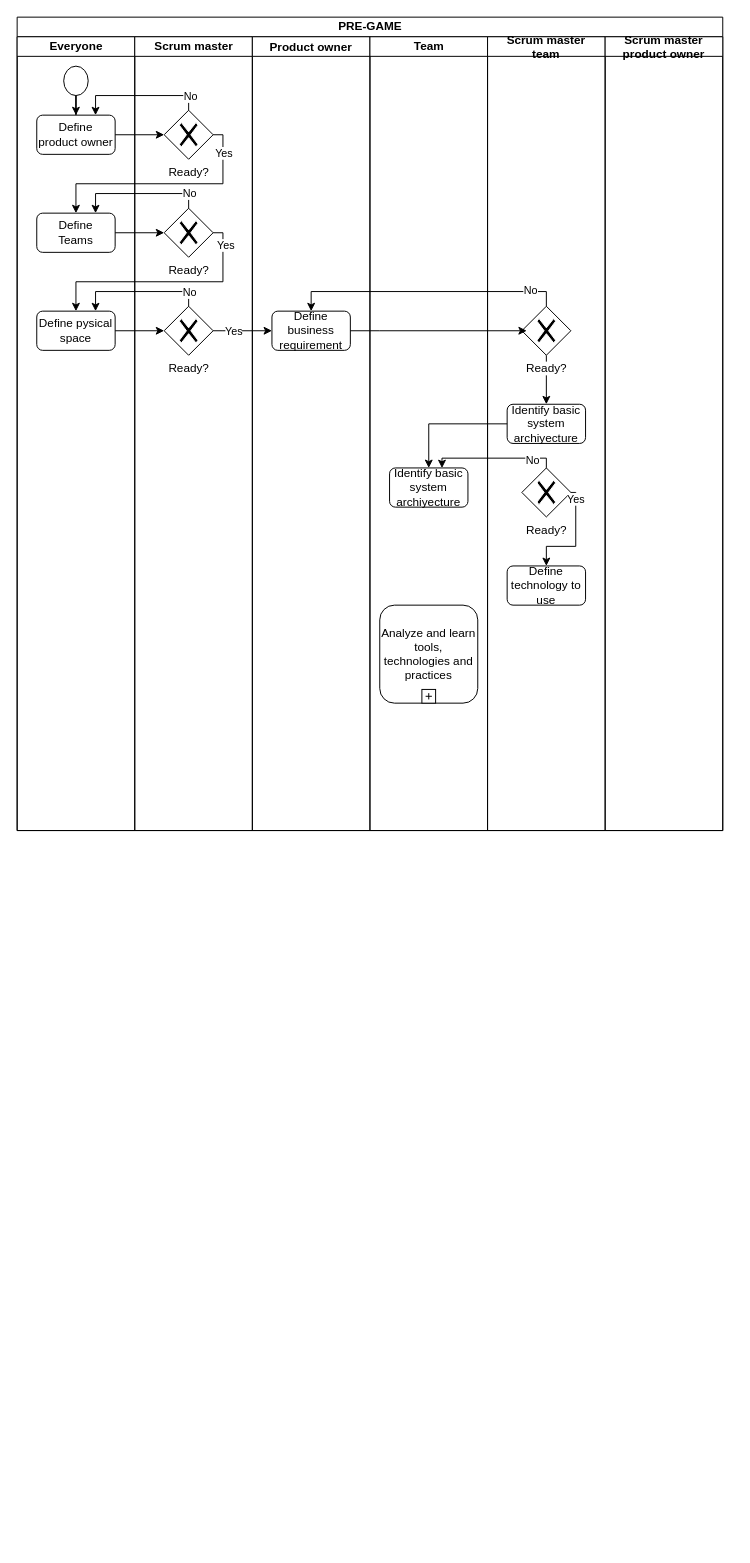
Before: Untitled Diagram.drawio in JavierCabreraDev/Metodologia_Practica, a draw.io diagram. Source tidied: cells renumbered, new cells numbered last; positions are measured from the earlier drawing's top-left corner, leaving out a move shared by most shapes. Both pictures are drawn from the tidied source at 98%, with x=0, y=0 at pixel (17, 17).
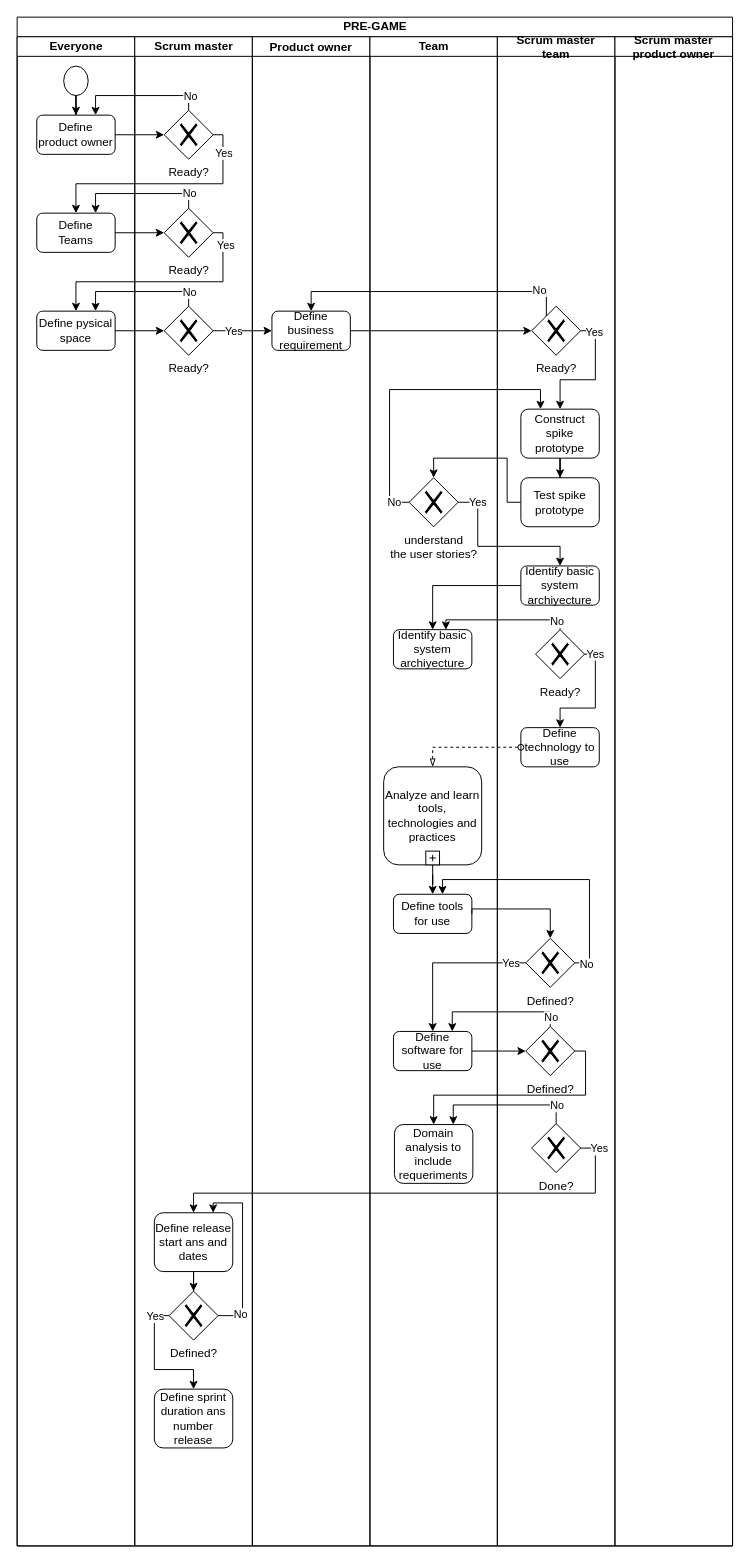
The same page after the edit.

Unchanged cells that the change refers to:
```xml
<mxCell id="14" value="Define business requirement" style="shape=ext;rounded=1;html=1;whiteSpace=wrap;" parent="13" vertex="1">
  <mxGeometry x="20" y="280" width="80" height="40" as="geometry" />
</mxCell>
<mxCell id="21" value="Ready?" style="shape=mxgraph.bpmn.shape;html=1;verticalLabelPosition=bottom;labelBackgroundColor=#ffffff;verticalAlign=top;align=center;perimeter=rhombusPerimeter;background=gateway;outlineConnect=0;outline=none;symbol=exclusiveGw;" parent="19" vertex="1">
  <mxGeometry x="35" y="275" width="50" height="50" as="geometry" />
</mxCell>
```

Diff of the diagram source:
```diff
@@
     <mxCell id="2" value="PRE-GAME" style="swimlane;html=1;startSize=20;" parent="1" vertex="1">
-      <mxGeometry width="720" height="830" as="geometry" />
+      <mxGeometry width="730" height="1560" as="geometry" />
     </mxCell>
     <mxCell id="3" value="Everyone" style="swimlane;html=1;startSize=20;" parent="2" vertex="1">
-      <mxGeometry y="20" width="120" height="810" as="geometry" />
+      <mxGeometry y="20" width="120" height="1540" as="geometry" />
     </mxCell>
@@
     <mxCell id="9" value="Scrum master" style="swimlane;html=1;startSize=20;" parent="2" vertex="1">
-      <mxGeometry x="120" y="20" width="120" height="810" as="geometry" />
+      <mxGeometry x="120" y="20" width="120" height="1540" as="geometry" />
     </mxCell>
@@
+    <mxCell id="49" style="edgeStyle=orthogonalEdgeStyle;rounded=0;jettySize=auto;html=1;entryX=0.75;entryY=0;entryDx=0;entryDy=0;startArrow=none;startFill=0;endArrow=classic;endFill=1;" parent="9" edge="1" source="53" target="54">
+      <mxGeometry relative="1" as="geometry">
+        <Array as="points">
+          <mxPoint x="110" y="1305" />
+          <mxPoint x="110" y="1190" />
+          <mxPoint x="80" y="1190" />
+        </Array>
+      </mxGeometry>
+    </mxCell>
+    <mxCell id="50" value="No" style="edgeLabel;html=1;align=center;verticalAlign=middle;" parent="49" vertex="1">
+      <mxGeometry x="-0.76" y="2" relative="1" as="geometry" />
+    </mxCell>
+    <mxCell id="51" style="edgeStyle=orthogonalEdgeStyle;rounded=0;jettySize=auto;html=1;entryX=0.5;entryY=0;entryDx=0;entryDy=0;startArrow=none;startFill=0;endArrow=classic;endFill=1;exitX=0;exitY=0.5;exitDx=0;exitDy=0;" parent="9" edge="1" source="53" target="56">
+      <mxGeometry relative="1" as="geometry">
+        <Array as="points">
+          <mxPoint x="20" y="1305" />
+          <mxPoint x="20" y="1360" />
+          <mxPoint x="60" y="1360" />
+        </Array>
+      </mxGeometry>
+    </mxCell>
+    <mxCell id="52" value="Yes" style="edgeLabel;html=1;align=center;verticalAlign=middle;" parent="51" vertex="1">
+      <mxGeometry x="-0.63" y="3" relative="1" as="geometry">
+        <mxPoint x="-3" y="-9" as="offset" />
+      </mxGeometry>
+    </mxCell>
+    <mxCell id="53" value="Defined?" style="shape=mxgraph.bpmn.shape;html=1;verticalLabelPosition=bottom;labelBackgroundColor=#ffffff;verticalAlign=top;align=center;perimeter=rhombusPerimeter;background=gateway;outlineConnect=0;outline=none;symbol=exclusiveGw;" parent="9" vertex="1">
+      <mxGeometry x="35" y="1280" width="50" height="50" as="geometry" />
+    </mxCell>
+    <mxCell id="54" value="Define release start ans and dates" style="shape=ext;rounded=1;html=1;whiteSpace=wrap;" parent="9" vertex="1">
+      <mxGeometry x="20" y="1200" width="80" height="60" as="geometry" />
+    </mxCell>
+    <mxCell id="55" style="edgeStyle=orthogonalEdgeStyle;rounded=0;jettySize=auto;html=1;startArrow=none;startFill=0;endArrow=classic;endFill=1;" parent="9" edge="1" source="54" target="53">
+      <mxGeometry relative="1" as="geometry" />
+    </mxCell>
+    <mxCell id="56" value="Define sprint duration ans number release" style="shape=ext;rounded=1;html=1;whiteSpace=wrap;" parent="9" vertex="1">
+      <mxGeometry x="20" y="1380" width="80" height="60" as="geometry" />
+    </mxCell>
     <mxCell id="13" value="Product owner" style="swimlane;startSize=20;" parent="2" vertex="1">
-      <mxGeometry x="240" y="20" width="120" height="810" as="geometry" />
+      <mxGeometry x="240" y="20" width="120" height="1540" as="geometry" />
     </mxCell>
@@
     <mxCell id="15" value="Team" style="swimlane;html=1;startSize=20;" parent="2" vertex="1">
-      <mxGeometry x="360" y="20" width="120" height="810" as="geometry" />
+      <mxGeometry x="360" y="20" width="130" height="1540" as="geometry" />
     </mxCell>
     <mxCell id="16" value="Identify basic system archiyecture" style="shape=ext;rounded=1;html=1;whiteSpace=wrap;" parent="15" vertex="1">
-      <mxGeometry x="20" y="440" width="80" height="40" as="geometry" />
+      <mxGeometry x="24" y="605" width="80" height="40" as="geometry" />
     </mxCell>
+    <mxCell id="57" style="edgeStyle=orthogonalEdgeStyle;rounded=0;jettySize=auto;html=1;entryX=0.5;entryY=0;entryDx=0;entryDy=0;" parent="15" edge="1" source="17" target="58">
+      <mxGeometry relative="1" as="geometry" />
+    </mxCell>
     <mxCell id="17" value="Analyze and learn tools, technologies and practices" style="html=1;whiteSpace=wrap;rounded=1;" parent="15" vertex="1">
-      <mxGeometry x="10" y="580" width="100" height="100" as="geometry" />
+      <mxGeometry x="14" y="745" width="100" height="100" as="geometry" />
     </mxCell>
@@
+    <mxCell id="58" value="Define tools for use" style="shape=ext;rounded=1;html=1;whiteSpace=wrap;" parent="15" vertex="1">
+      <mxGeometry x="24" y="875" width="80" height="40" as="geometry" />
+    </mxCell>
+    <mxCell id="59" value="Define software for use" style="shape=ext;rounded=1;html=1;whiteSpace=wrap;" parent="15" vertex="1">
+      <mxGeometry x="24" y="1015" width="80" height="40" as="geometry" />
+    </mxCell>
+    <mxCell id="60" value="&lt;span style=&quot;font-size: 12px&quot;&gt;understand &lt;br&gt;the user stories?&lt;/span&gt;" style="shape=mxgraph.bpmn.shape;html=1;verticalLabelPosition=bottom;labelBackgroundColor=#ffffff;verticalAlign=top;align=center;perimeter=rhombusPerimeter;background=gateway;outlineConnect=0;outline=none;symbol=exclusiveGw;" parent="15" vertex="1">
+      <mxGeometry x="40" y="450" width="50" height="50" as="geometry" />
+    </mxCell>
+    <mxCell id="61" value="Domain analysis to include requeriments" style="shape=ext;rounded=1;html=1;whiteSpace=wrap;" parent="15" vertex="1">
+      <mxGeometry x="25" y="1110" width="80" height="60" as="geometry" />
+    </mxCell>
+    <mxCell id="62" style="edgeStyle=orthogonalEdgeStyle;rounded=0;jettySize=auto;html=1;entryX=0;entryY=0.5;entryDx=0;entryDy=0;" parent="2" edge="1" source="59" target="73">
+      <mxGeometry relative="1" as="geometry" />
+    </mxCell>
+    <mxCell id="63" style="edgeStyle=orthogonalEdgeStyle;rounded=0;jettySize=auto;html=1;entryX=0.5;entryY=0;entryDx=0;entryDy=0;" parent="2" edge="1" source="72" target="59">
+      <mxGeometry relative="1" as="geometry" />
+    </mxCell>
+    <mxCell id="64" value="Yes" style="edgeLabel;html=1;align=center;verticalAlign=middle;" parent="63" vertex="1">
+      <mxGeometry x="-0.75" y="-2" relative="1" as="geometry">
+        <mxPoint x="5.8" y="2" as="offset" />
+      </mxGeometry>
+    </mxCell>
+    <mxCell id="65" style="edgeStyle=orthogonalEdgeStyle;rounded=0;jettySize=auto;html=1;entryX=0.75;entryY=0;entryDx=0;entryDy=0;" parent="2" edge="1" source="73" target="59">
+      <mxGeometry relative="1" as="geometry">
+        <Array as="points">
+          <mxPoint x="544" y="1015" />
+          <mxPoint x="444" y="1015" />
+        </Array>
+      </mxGeometry>
+    </mxCell>
+    <mxCell id="66" value="No" style="edgeLabel;html=1;align=center;verticalAlign=middle;" parent="65" vertex="1">
+      <mxGeometry x="-0.48" y="1" relative="1" as="geometry">
+        <mxPoint x="20" y="4" as="offset" />
+      </mxGeometry>
+    </mxCell>
+    <mxCell id="67" style="edgeStyle=orthogonalEdgeStyle;rounded=0;jettySize=auto;html=1;" parent="2" edge="1" source="72" target="58">
+      <mxGeometry relative="1" as="geometry">
+        <Array as="points">
+          <mxPoint x="584" y="965" />
+          <mxPoint x="584" y="880" />
+          <mxPoint x="434" y="880" />
+        </Array>
+      </mxGeometry>
+    </mxCell>
+    <mxCell id="68" value="No" style="edgeLabel;html=1;align=center;verticalAlign=middle;" parent="67" vertex="1">
+      <mxGeometry x="-0.81" y="1" relative="1" as="geometry">
+        <mxPoint x="-3" y="11" as="offset" />
+      </mxGeometry>
+    </mxCell>
+    <mxCell id="69" style="edgeStyle=orthogonalEdgeStyle;rounded=0;jettySize=auto;html=1;exitX=1;exitY=0.5;exitDx=0;exitDy=0;" parent="2" edge="1" source="58" target="72">
+      <mxGeometry relative="1" as="geometry">
+        <Array as="points">
+          <mxPoint x="464" y="910" />
+          <mxPoint x="544" y="910" />
+        </Array>
+      </mxGeometry>
+    </mxCell>
     <mxCell id="19" value="Scrum master&#10;team" style="swimlane;startSize=20;" parent="2" vertex="1">
-      <mxGeometry x="480" y="20" width="120" height="810" as="geometry" />
+      <mxGeometry x="490" y="20" width="120" height="1540" as="geometry" />
     </mxCell>
-    <mxCell id="20" style="edgeStyle=orthogonalEdgeStyle;rounded=0;jettySize=auto;html=1;" parent="19" edge="1" source="21" target="22">
-      <mxGeometry relative="1" as="geometry" />
-    </mxCell>
+    <mxCell id="70" style="edgeStyle=orthogonalEdgeStyle;rounded=0;jettySize=auto;html=1;entryX=0.5;entryY=0;entryDx=0;entryDy=0;startArrow=none;startFill=0;endArrow=classic;endFill=1;exitX=1;exitY=0.5;exitDx=0;exitDy=0;" parent="19" edge="1" source="21" target="75">
+      <mxGeometry relative="1" as="geometry">
+        <Array as="points">
+          <mxPoint x="100" y="300" />
+          <mxPoint x="100" y="350" />
+          <mxPoint x="64" y="350" />
+        </Array>
+      </mxGeometry>
+    </mxCell>
+    <mxCell id="71" value="Yes" style="edgeLabel;html=1;align=center;verticalAlign=middle;" parent="70" vertex="1">
+      <mxGeometry x="-0.8" y="-1" relative="1" as="geometry" />
+    </mxCell>
@@
     <mxCell id="22" value="Identify basic system archiyecture" style="shape=ext;rounded=1;html=1;whiteSpace=wrap;" parent="19" vertex="1">
-      <mxGeometry x="20" y="375" width="80" height="40" as="geometry" />
+      <mxGeometry x="24" y="540" width="80" height="40" as="geometry" />
     </mxCell>
     <mxCell id="23" value="Ready?" style="shape=mxgraph.bpmn.shape;html=1;verticalLabelPosition=bottom;labelBackgroundColor=#ffffff;verticalAlign=top;align=center;perimeter=rhombusPerimeter;background=gateway;outlineConnect=0;outline=none;symbol=exclusiveGw;" parent="19" vertex="1">
-      <mxGeometry x="35" y="440" width="50" height="50" as="geometry" />
+      <mxGeometry x="39" y="605" width="50" height="50" as="geometry" />
     </mxCell>
     <mxCell id="24" value="Define technology to use" style="shape=ext;rounded=1;html=1;whiteSpace=wrap;" parent="19" vertex="1">
-      <mxGeometry x="20" y="540" width="80" height="40" as="geometry" />
+      <mxGeometry x="24" y="705" width="80" height="40" as="geometry" />
     </mxCell>
     <mxCell id="25" style="edgeStyle=orthogonalEdgeStyle;rounded=0;jettySize=auto;html=1;entryX=0.5;entryY=0;entryDx=0;entryDy=0;" parent="19" edge="1" source="23" target="24">
       <mxGeometry relative="1" as="geometry">
         <Array as="points">
-          <mxPoint x="90" y="465" />
-          <mxPoint x="90" y="520" />
-          <mxPoint x="60" y="520" />
+          <mxPoint x="100" y="630" />
+          <mxPoint x="100" y="685" />
+          <mxPoint x="64" y="685" />
         </Array>
       </mxGeometry>
     </mxCell>
     <mxCell id="26" value="Yes" style="edgeLabel;html=1;align=center;verticalAlign=middle;" parent="25" vertex="1">
-      <mxGeometry x="-0.8" y="-1" relative="1" as="geometry" />
+      <mxGeometry x="-0.8" y="-1" relative="1" as="geometry">
+        <mxPoint y="-1.4" as="offset" />
+      </mxGeometry>
     </mxCell>
+    <mxCell id="72" value="Defined?" style="shape=mxgraph.bpmn.shape;html=1;verticalLabelPosition=bottom;labelBackgroundColor=#ffffff;verticalAlign=top;align=center;perimeter=rhombusPerimeter;background=gateway;outlineConnect=0;outline=none;symbol=exclusiveGw;" parent="19" vertex="1">
+      <mxGeometry x="29" y="920" width="50" height="50" as="geometry" />
+    </mxCell>
+    <mxCell id="73" value="Defined?" style="shape=mxgraph.bpmn.shape;html=1;verticalLabelPosition=bottom;labelBackgroundColor=#ffffff;verticalAlign=top;align=center;perimeter=rhombusPerimeter;background=gateway;outlineConnect=0;outline=none;symbol=exclusiveGw;" parent="19" vertex="1">
+      <mxGeometry x="29" y="1010" width="50" height="50" as="geometry" />
+    </mxCell>
+    <mxCell id="74" style="edgeStyle=orthogonalEdgeStyle;rounded=0;jettySize=auto;html=1;startArrow=none;startFill=0;endArrow=classic;endFill=1;" parent="19" edge="1" source="75" target="76">
+      <mxGeometry relative="1" as="geometry" />
+    </mxCell>
+    <mxCell id="75" value="Construct spike prototype" style="shape=ext;rounded=1;html=1;whiteSpace=wrap;" parent="19" vertex="1">
+      <mxGeometry x="24" y="380" width="80" height="50" as="geometry" />
+    </mxCell>
+    <mxCell id="76" value="Test spike prototype" style="shape=ext;rounded=1;html=1;whiteSpace=wrap;" parent="19" vertex="1">
+      <mxGeometry x="24" y="450" width="80" height="50" as="geometry" />
+    </mxCell>
+    <mxCell id="77" value="Done?" style="shape=mxgraph.bpmn.shape;html=1;verticalLabelPosition=bottom;labelBackgroundColor=#ffffff;verticalAlign=top;align=center;perimeter=rhombusPerimeter;background=gateway;outlineConnect=0;outline=none;symbol=exclusiveGw;" parent="19" vertex="1">
+      <mxGeometry x="35" y="1109" width="50" height="50" as="geometry" />
+    </mxCell>
+    <mxCell id="46" style="edgeStyle=orthogonalEdgeStyle;rounded=0;jettySize=auto;html=1;entryX=0.5;entryY=0;entryDx=0;entryDy=0;" parent="2" edge="1" source="22" target="16">
+      <mxGeometry relative="1" as="geometry">
+        <Array as="points">
+          <mxPoint x="424" y="580" />
+        </Array>
+      </mxGeometry>
+    </mxCell>
+    <mxCell id="47" style="edgeStyle=orthogonalEdgeStyle;rounded=0;jettySize=auto;html=1;entryX=0.669;entryY=0.003;entryDx=0;entryDy=0;entryPerimeter=0;" parent="2" edge="1" source="23" target="16">
+      <mxGeometry relative="1" as="geometry">
+        <Array as="points">
+          <mxPoint x="554" y="615" />
+          <mxPoint x="438" y="615" />
+        </Array>
+      </mxGeometry>
+    </mxCell>
+    <mxCell id="48" value="No" style="edgeLabel;html=1;align=center;verticalAlign=middle;" parent="47" vertex="1">
+      <mxGeometry x="-0.6" y="1" relative="1" as="geometry">
+        <mxPoint x="13.6" as="offset" />
+      </mxGeometry>
+    </mxCell>
+    <mxCell id="78" style="edgeStyle=orthogonalEdgeStyle;rounded=0;jettySize=auto;html=1;entryX=0.5;entryY=0;entryDx=0;entryDy=0;dashed=1;endArrow=blockThin;endFill=0;startArrow=oval;startFill=0;" parent="2" edge="1" source="24" target="17">
+      <mxGeometry relative="1" as="geometry" />
+    </mxCell>
     <mxCell id="27" value="Scrum master&#10;product owner" style="swimlane;startSize=20;" parent="2" vertex="1">
-      <mxGeometry x="600" y="20" width="120" height="810" as="geometry" />
+      <mxGeometry x="610" y="20" width="120" height="1540" as="geometry" />
     </mxCell>
@@
-    <mxCell id="43" style="edgeStyle=orthogonalEdgeStyle;rounded=0;jettySize=auto;html=1;" parent="2" edge="1" source="14">
-      <mxGeometry relative="1" as="geometry">
-        <mxPoint x="520" y="320" as="targetPoint" />
-        <Array as="points">
-          <mxPoint x="370" y="320" />
-          <mxPoint x="370" y="320" />
-        </Array>
-      </mxGeometry>
+    <mxCell id="43" style="edgeStyle=orthogonalEdgeStyle;rounded=0;jettySize=auto;html=1;entryX=0;entryY=0.5;entryDx=0;entryDy=0;" parent="2" edge="1" source="14" target="21">
+      <mxGeometry relative="1" as="geometry" />
     </mxCell>
@@
-    <mxCell id="46" style="edgeStyle=orthogonalEdgeStyle;rounded=0;jettySize=auto;html=1;entryX=0.5;entryY=0;entryDx=0;entryDy=0;" parent="2" edge="1" source="22" target="16">
-      <mxGeometry relative="1" as="geometry">
-        <Array as="points">
-          <mxPoint x="420" y="415" />
-        </Array>
-      </mxGeometry>
-    </mxCell>
-    <mxCell id="47" style="edgeStyle=orthogonalEdgeStyle;rounded=0;jettySize=auto;html=1;entryX=0.669;entryY=0.003;entryDx=0;entryDy=0;entryPerimeter=0;" parent="2" edge="1" source="23" target="16">
-      <mxGeometry relative="1" as="geometry">
-        <Array as="points">
-          <mxPoint x="540" y="450" />
-          <mxPoint x="433" y="450" />
-        </Array>
-      </mxGeometry>
-    </mxCell>
-    <mxCell id="48" value="No" style="edgeLabel;html=1;align=center;verticalAlign=middle;" parent="47" vertex="1">
-      <mxGeometry x="-0.6" y="1" relative="1" as="geometry" />
-    </mxCell>
+    <mxCell id="79" style="edgeStyle=orthogonalEdgeStyle;rounded=0;jettySize=auto;html=1;entryX=0.5;entryY=0;entryDx=0;entryDy=0;startArrow=none;startFill=0;endArrow=classic;endFill=1;" parent="2" edge="1" source="76" target="60">
+      <mxGeometry relative="1" as="geometry">
+        <Array as="points">
+          <mxPoint x="500" y="495" />
+          <mxPoint x="500" y="450" />
+          <mxPoint x="425" y="450" />
+        </Array>
+      </mxGeometry>
+    </mxCell>
+    <mxCell id="80" style="edgeStyle=orthogonalEdgeStyle;rounded=0;jettySize=auto;html=1;entryX=0.25;entryY=0;entryDx=0;entryDy=0;startArrow=none;startFill=0;endArrow=classic;endFill=1;" parent="2" edge="1" source="60" target="75">
+      <mxGeometry relative="1" as="geometry">
+        <Array as="points">
+          <mxPoint x="380" y="495" />
+          <mxPoint x="380" y="380" />
+          <mxPoint x="534" y="380" />
+        </Array>
+      </mxGeometry>
+    </mxCell>
+    <mxCell id="81" value="No" style="edgeLabel;html=1;align=center;verticalAlign=middle;" parent="80" vertex="1">
+      <mxGeometry x="-0.84" y="-1" relative="1" as="geometry">
+        <mxPoint x="3" y="4.8" as="offset" />
+      </mxGeometry>
+    </mxCell>
+    <mxCell id="82" style="edgeStyle=orthogonalEdgeStyle;rounded=0;jettySize=auto;html=1;startArrow=none;startFill=0;endArrow=classic;endFill=1;" parent="2" edge="1" source="60" target="22">
+      <mxGeometry relative="1" as="geometry">
+        <Array as="points">
+          <mxPoint x="470" y="495" />
+          <mxPoint x="470" y="540" />
+          <mxPoint x="554" y="540" />
+        </Array>
+      </mxGeometry>
+    </mxCell>
+    <mxCell id="83" value="Yes" style="edgeLabel;html=1;align=center;verticalAlign=middle;" parent="82" vertex="1">
+      <mxGeometry x="-0.78" y="1" relative="1" as="geometry" />
+    </mxCell>
+    <mxCell id="84" style="edgeStyle=orthogonalEdgeStyle;rounded=0;jettySize=auto;html=1;entryX=0.75;entryY=0;entryDx=0;entryDy=0;startArrow=none;startFill=0;endArrow=classic;endFill=1;" parent="2" edge="1" source="77" target="61">
+      <mxGeometry relative="1" as="geometry">
+        <Array as="points">
+          <mxPoint x="550" y="1110" />
+          <mxPoint x="445" y="1110" />
+        </Array>
+      </mxGeometry>
+    </mxCell>
+    <mxCell id="85" value="No" style="edgeLabel;html=1;align=center;verticalAlign=middle;" parent="84" vertex="1">
+      <mxGeometry x="-0.6" y="-4" relative="1" as="geometry">
+        <mxPoint x="10" y="4" as="offset" />
+      </mxGeometry>
+    </mxCell>
+    <mxCell id="86" style="edgeStyle=orthogonalEdgeStyle;rounded=0;jettySize=auto;html=1;entryX=0.5;entryY=0;entryDx=0;entryDy=0;startArrow=none;startFill=0;endArrow=classic;endFill=1;" parent="2" edge="1" source="73" target="61">
+      <mxGeometry relative="1" as="geometry">
+        <Array as="points">
+          <mxPoint x="580" y="1055" />
+          <mxPoint x="580" y="1100" />
+          <mxPoint x="425" y="1100" />
+        </Array>
+      </mxGeometry>
+    </mxCell>
+    <mxCell id="87" style="edgeStyle=orthogonalEdgeStyle;rounded=0;jettySize=auto;html=1;entryX=0.5;entryY=0;entryDx=0;entryDy=0;startArrow=none;startFill=0;endArrow=classic;endFill=1;exitX=1;exitY=0.5;exitDx=0;exitDy=0;" parent="2" edge="1" source="77" target="54">
+      <mxGeometry relative="1" as="geometry">
+        <Array as="points">
+          <mxPoint x="590" y="1154" />
+          <mxPoint x="590" y="1200" />
+          <mxPoint x="180" y="1200" />
+        </Array>
+      </mxGeometry>
+    </mxCell>
+    <mxCell id="88" value="Yes" style="edgeLabel;html=1;align=center;verticalAlign=middle;" parent="87" vertex="1">
+      <mxGeometry x="-0.68" y="3" relative="1" as="geometry">
+        <mxPoint x="21" y="-49" as="offset" />
+      </mxGeometry>
+    </mxCell>
```
